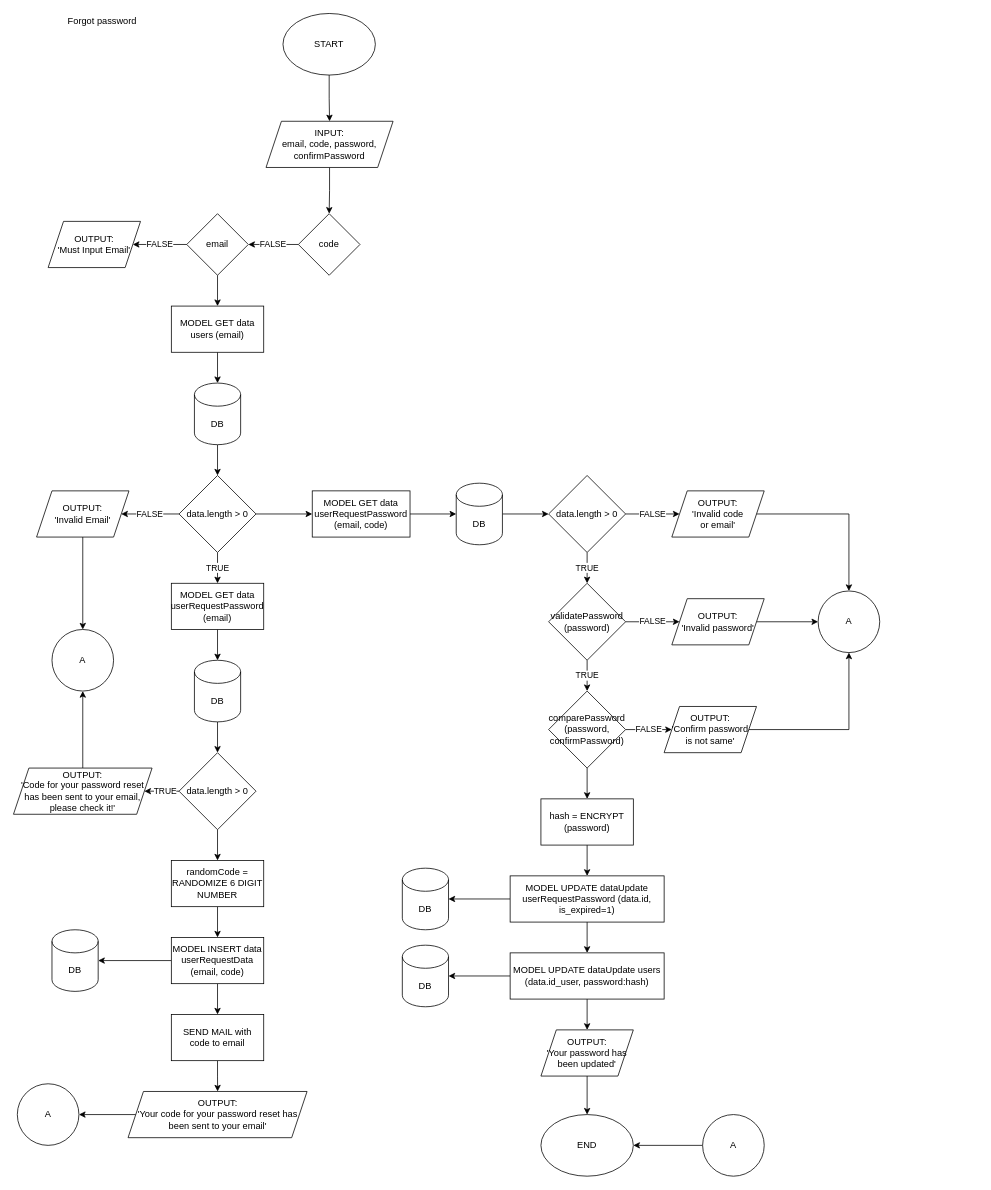
This is page "Forgot Password" (4 of 7) of drawio/flowchart.drawio from 7shiroi/fw5-backend-beginner, a draw.io file, before an edit. Source tidied: cells renumbered, new cells numbered last; positions are measured from the earlier drawing's top-left corner, leaving out a move shared by most shapes. Both pictures are drawn from the tidied source at 77%, with x=0, y=0 at pixel (13, 13).
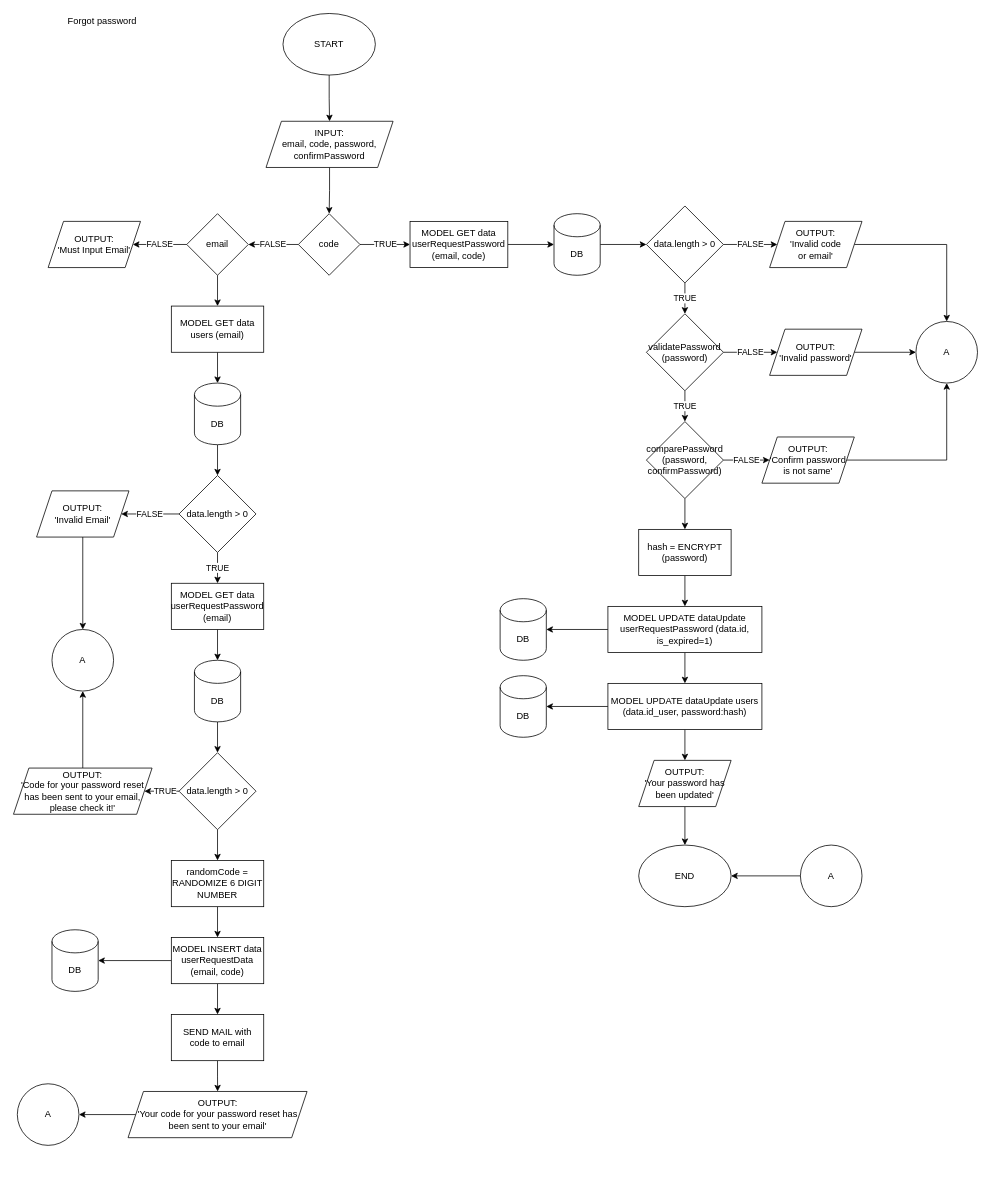
Above is the later version.

The change refers to these unchanged cells:
```xml
<mxCell id="8" value="code" style="rhombus;whiteSpace=wrap;html=1;" parent="1" vertex="1">
  <mxGeometry x="370" y="260" width="80" height="80" as="geometry" />
</mxCell>
<mxCell id="20" value="data.length &amp;gt; 0" style="rhombus;whiteSpace=wrap;html=1;" parent="1" vertex="1">
  <mxGeometry x="215" y="600" width="100" height="100" as="geometry" />
</mxCell>
```

Diff of the diagram source:
```diff
@@
-    <mxCell id="19" style="edgeStyle=orthogonalEdgeStyle;rounded=0;jettySize=auto;html=1;" parent="1" edge="1" source="20" target="43">
+    <mxCell id="19" value="TRUE" style="edgeStyle=orthogonalEdgeStyle;rounded=0;jettySize=auto;html=1;" parent="1" edge="1" source="8" target="43">
       <mxGeometry relative="1" as="geometry" />
     </mxCell>
@@
     <mxCell id="43" value="MODEL GET data userRequestPassword (email, code)" style="rounded=0;whiteSpace=wrap;html=1;" parent="1" vertex="1">
-      <mxGeometry x="388" y="620" width="127" height="60" as="geometry" />
+      <mxGeometry x="515" y="270" width="127" height="60" as="geometry" />
     </mxCell>
@@
     <mxCell id="45" value="DB" style="shape=cylinder3;whiteSpace=wrap;html=1;boundedLbl=1;backgroundOutline=1;size=15;" parent="1" vertex="1">
-      <mxGeometry x="575" y="610" width="60" height="80" as="geometry" />
+      <mxGeometry x="702" y="260" width="60" height="80" as="geometry" />
     </mxCell>
@@
     <mxCell id="48" value="data.length &amp;gt; 0" style="rhombus;whiteSpace=wrap;html=1;" parent="1" vertex="1">
-      <mxGeometry x="695" y="600" width="100" height="100" as="geometry" />
+      <mxGeometry x="822" y="250" width="100" height="100" as="geometry" />
     </mxCell>
@@
     <mxCell id="50" value="OUTPUT:&lt;br&gt;'Invalid code &lt;br&gt;or email'" style="shape=parallelogram;perimeter=parallelogramPerimeter;whiteSpace=wrap;html=1;fixedSize=1;" parent="1" vertex="1">
-      <mxGeometry x="855" y="620" width="120" height="60" as="geometry" />
+      <mxGeometry x="982" y="270" width="120" height="60" as="geometry" />
     </mxCell>
@@
     <mxCell id="53" value="validatePassword (password)" style="rhombus;whiteSpace=wrap;html=1;" parent="1" vertex="1">
-      <mxGeometry x="695" y="740" width="100" height="100" as="geometry" />
+      <mxGeometry x="822" y="390" width="100" height="100" as="geometry" />
     </mxCell>
@@
     <mxCell id="55" value="OUTPUT:&lt;br&gt;'Invalid password'" style="shape=parallelogram;perimeter=parallelogramPerimeter;whiteSpace=wrap;html=1;fixedSize=1;" parent="1" vertex="1">
-      <mxGeometry x="855" y="760" width="120" height="60" as="geometry" />
+      <mxGeometry x="982" y="410" width="120" height="60" as="geometry" />
     </mxCell>
@@
     <mxCell id="58" value="comparePassword (password, confirmPassword)" style="rhombus;whiteSpace=wrap;html=1;" parent="1" vertex="1">
-      <mxGeometry x="695" y="880" width="100" height="100" as="geometry" />
+      <mxGeometry x="822" y="530" width="100" height="100" as="geometry" />
     </mxCell>
@@
     <mxCell id="60" value="OUTPUT:&lt;br&gt;'Confirm password&lt;br&gt;is not same'" style="shape=parallelogram;perimeter=parallelogramPerimeter;whiteSpace=wrap;html=1;fixedSize=1;" parent="1" vertex="1">
-      <mxGeometry x="845" y="900" width="120" height="60" as="geometry" />
+      <mxGeometry x="972" y="550" width="120" height="60" as="geometry" />
     </mxCell>
@@
     <mxCell id="62" value="hash = ENCRYPT (password)" style="rounded=0;whiteSpace=wrap;html=1;" parent="1" vertex="1">
-      <mxGeometry x="685" y="1020" width="120" height="60" as="geometry" />
+      <mxGeometry x="812" y="670" width="120" height="60" as="geometry" />
     </mxCell>
@@
     <mxCell id="65" value="MODEL UPDATE dataUpdate userRequestPassword (data.id, is_expired=1)" style="rounded=0;whiteSpace=wrap;html=1;" parent="1" vertex="1">
-      <mxGeometry x="645" y="1120" width="200" height="60" as="geometry" />
+      <mxGeometry x="772" y="770" width="200" height="60" as="geometry" />
     </mxCell>
     <mxCell id="66" value="DB" style="shape=cylinder3;whiteSpace=wrap;html=1;boundedLbl=1;backgroundOutline=1;size=15;" parent="1" vertex="1">
-      <mxGeometry x="505" y="1110" width="60" height="80" as="geometry" />
+      <mxGeometry x="632" y="760" width="60" height="80" as="geometry" />
     </mxCell>
@@
     <mxCell id="69" value="MODEL UPDATE dataUpdate users (data.id_user, password:hash)" style="rounded=0;whiteSpace=wrap;html=1;" parent="1" vertex="1">
-      <mxGeometry x="645" y="1220" width="200" height="60" as="geometry" />
+      <mxGeometry x="772" y="870" width="200" height="60" as="geometry" />
     </mxCell>
     <mxCell id="70" value="DB" style="shape=cylinder3;whiteSpace=wrap;html=1;boundedLbl=1;backgroundOutline=1;size=15;" parent="1" vertex="1">
-      <mxGeometry x="505" y="1210" width="60" height="80" as="geometry" />
+      <mxGeometry x="632" y="860" width="60" height="80" as="geometry" />
     </mxCell>
@@
     <mxCell id="72" value="OUTPUT:&lt;br&gt;'Your password has been updated'" style="shape=parallelogram;perimeter=parallelogramPerimeter;whiteSpace=wrap;html=1;fixedSize=1;" parent="1" vertex="1">
-      <mxGeometry x="685" y="1320" width="120" height="60" as="geometry" />
+      <mxGeometry x="812" y="970" width="120" height="60" as="geometry" />
     </mxCell>
     <mxCell id="73" value="END" style="ellipse;whiteSpace=wrap;html=1;" parent="1" vertex="1">
-      <mxGeometry x="685" y="1430" width="120" height="80" as="geometry" />
+      <mxGeometry x="812" y="1080" width="120" height="80" as="geometry" />
     </mxCell>
@@
     <mxCell id="75" value="A" style="ellipse;whiteSpace=wrap;html=1;" parent="1" vertex="1">
-      <mxGeometry x="1045" y="750" width="80" height="80" as="geometry" />
+      <mxGeometry x="1172" y="400" width="80" height="80" as="geometry" />
     </mxCell>
@@
     <mxCell id="77" value="A" style="ellipse;whiteSpace=wrap;html=1;" parent="1" vertex="1">
-      <mxGeometry x="895" y="1430" width="80" height="80" as="geometry" />
+      <mxGeometry x="1022" y="1080" width="80" height="80" as="geometry" />
     </mxCell>
```
